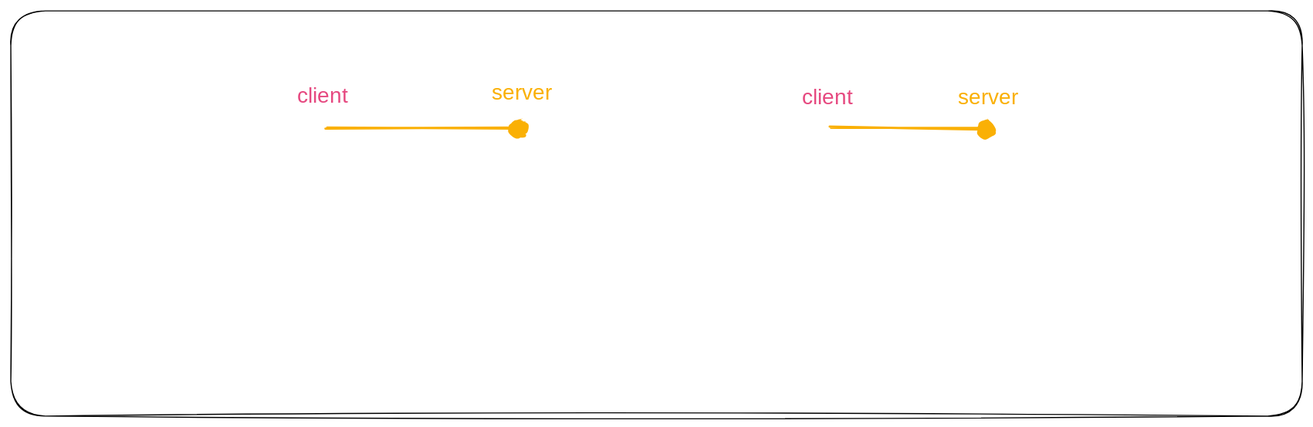
Earlier version of the Excalidraw export .gitbook/assets/file.excalidraw.svg (build-trust/ockam-documentation). Source tidied: one line per element, renumbered; positions are measured from the earlier drawing's top-left corner, leaving out a move shared by most shapes.
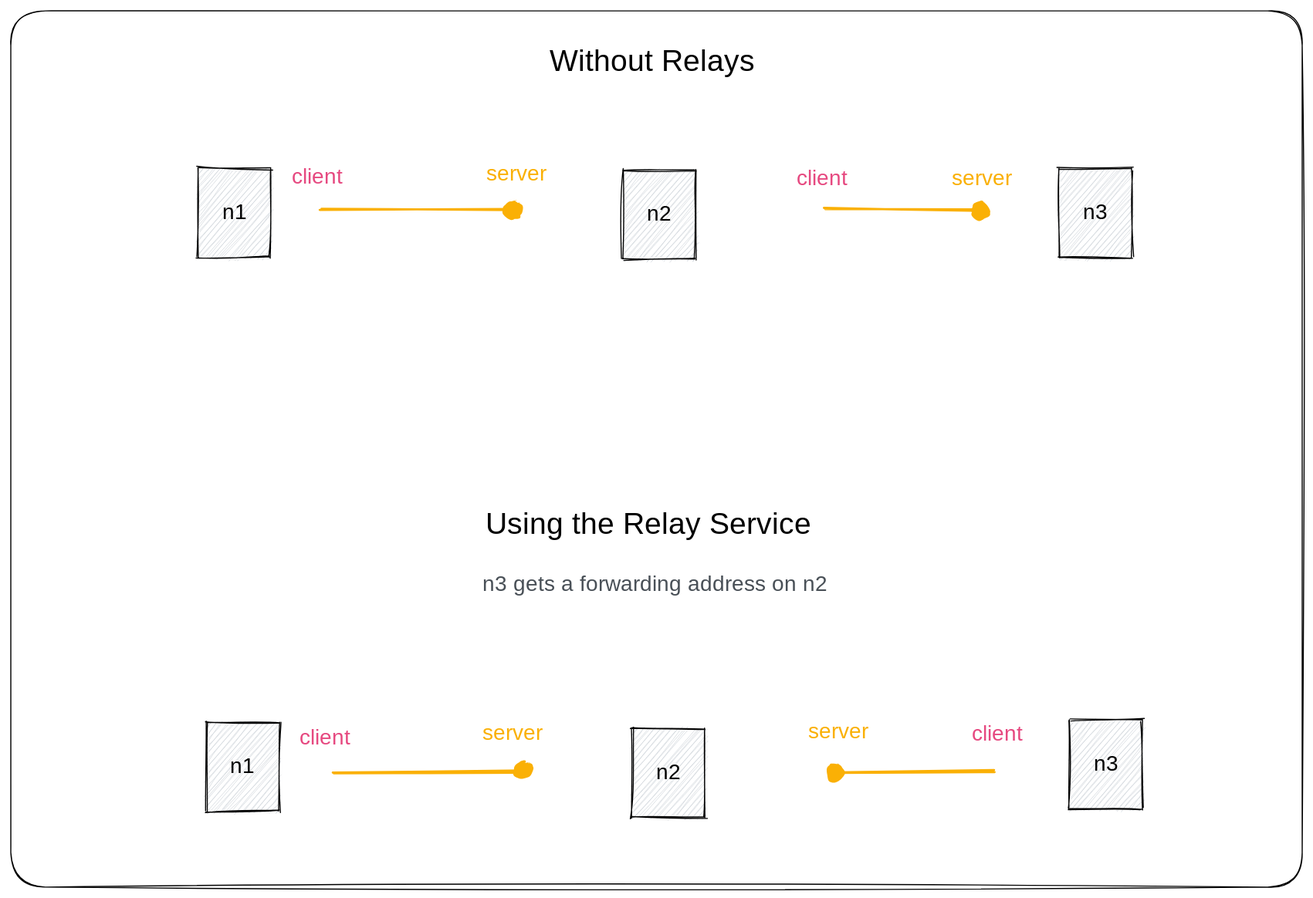
After the change.

Commit message:
GITBOOK-1040: change request with no subject merged in GitBook

Change to the diagram source:
```diff
@@ -1,7 +1,28 @@
-{"id": 0, "type": "rectangle", "strokeColor": "#000000", "strokeWidth": 1, "roughness": 1, "round": true, "x": 0, "y": 0, "width": 1195, "height": 375}
+{"id": 0, "type": "rectangle", "strokeColor": "#000000", "strokeWidth": 1, "roughness": 1, "round": true, "x": 5, "y": -75, "width": 1195, "height": 811}
 {"id": 1, "type": "arrow", "strokeColor": "#fab005", "backgroundColor": "#e64980", "fillStyle": "hachure", "strokeWidth": 2, "roughness": 1, "endArrowhead": "dot", "round": true, "from": 5, "to": 6, "x": 758, "y": 108, "width": 146, "height": 0, "points": [[0, 0], [146, 0]]}
 {"id": 2, "type": "arrow", "strokeColor": "#fab005", "backgroundColor": "#e64980", "fillStyle": "hachure", "strokeWidth": 2, "roughness": 1, "endArrowhead": "dot", "round": true, "x": 292, "y": 109, "width": 178, "height": 0, "points": [[0, 0], [178, 0]]}
 {"id": 3, "type": "text", "text": "client", "strokeColor": "#e64980", "strokeWidth": 1, "roughness": 1, "fontSize": 20, "fontFamily": 1, "x": 265, "y": 67, "width": 53, "height": 25}
 {"id": 4, "type": "text", "text": "server", "strokeColor": "#fab005", "strokeWidth": 1, "roughness": 1, "fontSize": 20, "fontFamily": 1, "x": 445, "y": 64, "width": 62, "height": 25}
 {"id": 5, "type": "text", "text": "client", "strokeColor": "#e64980", "strokeWidth": 1, "roughness": 1, "fontSize": 20, "fontFamily": 1, "x": 732, "y": 68, "width": 53, "height": 25}
 {"id": 6, "type": "text", "text": "server", "strokeColor": "#fab005", "strokeWidth": 1, "roughness": 1, "fontSize": 20, "fontFamily": 1, "x": 876, "y": 68, "width": 62, "height": 25}
+{"id": 7, "type": "arrow", "strokeColor": "#fab005", "backgroundColor": "#e64980", "fillStyle": "hachure", "strokeWidth": 2, "roughness": 1, "startArrowhead": "dot", "round": true, "x": 769, "y": 629, "width": 146, "height": 0, "points": [[0, 0], [146, 0]]}
+{"id": 8, "type": "arrow", "strokeColor": "#fab005", "backgroundColor": "#e64980", "fillStyle": "hachure", "strokeWidth": 2, "roughness": 1, "endArrowhead": "dot", "round": true, "x": 303, "y": 630, "width": 178, "height": 0, "points": [[0, 0], [178, 0]]}
+{"id": 9, "type": "text", "text": "server", "strokeColor": "#fab005", "strokeWidth": 1, "roughness": 1, "fontSize": 20, "fontFamily": 1, "x": 743, "y": 580, "width": 62, "height": 25}
+{"id": 10, "type": "text", "text": "client", "strokeColor": "#e64980", "strokeWidth": 1, "roughness": 1, "fontSize": 20, "fontFamily": 1, "x": 895, "y": 582, "width": 53, "height": 25}
+{"id": 11, "type": "text", "text": "client", "strokeColor": "#e64980", "strokeWidth": 1, "roughness": 1, "fontSize": 20, "fontFamily": 1, "x": 272, "y": 586, "width": 53, "height": 25}
+{"id": 12, "type": "text", "text": "server", "strokeColor": "#fab005", "strokeWidth": 1, "roughness": 1, "fontSize": 20, "fontFamily": 1, "x": 442, "y": 582, "width": 62, "height": 25}
+{"id": 13, "type": "rectangle", "strokeColor": "#000000", "backgroundColor": "#ced4da", "fillStyle": "hachure", "strokeWidth": 1, "roughness": 1, "x": 178, "y": 70, "width": 68, "height": 82}
+{"id": 14, "type": "text", "text": "n1", "strokeColor": "#000000", "backgroundColor": "#ced4da", "fillStyle": "hachure", "strokeWidth": 1, "roughness": 1, "fontSize": 20, "fontFamily": 1, "textAlign": "center", "verticalAlign": "middle", "inside": 13, "x": 204, "y": 99, "width": 17, "height": 25}
+{"id": 15, "type": "rectangle", "strokeColor": "#000000", "backgroundColor": "#ced4da", "fillStyle": "hachure", "strokeWidth": 1, "roughness": 1, "x": 186, "y": 583, "width": 68, "height": 82}
+{"id": 16, "type": "text", "text": "n1", "strokeColor": "#000000", "backgroundColor": "#ced4da", "fillStyle": "hachure", "strokeWidth": 1, "roughness": 1, "fontSize": 20, "fontFamily": 1, "textAlign": "center", "verticalAlign": "middle", "inside": 15, "x": 211, "y": 612, "width": 17, "height": 25}
+{"id": 17, "type": "rectangle", "strokeColor": "#000000", "backgroundColor": "#ced4da", "fillStyle": "hachure", "strokeWidth": 1, "roughness": 1, "x": 572, "y": 72, "width": 68, "height": 82}
+{"id": 18, "type": "text", "text": "n2", "strokeColor": "#000000", "backgroundColor": "#ced4da", "fillStyle": "hachure", "strokeWidth": 1, "roughness": 1, "fontSize": 20, "fontFamily": 1, "textAlign": "center", "verticalAlign": "middle", "inside": 17, "x": 592, "y": 101, "width": 26, "height": 25}
+{"id": 19, "type": "rectangle", "strokeColor": "#000000", "backgroundColor": "#ced4da", "fillStyle": "hachure", "strokeWidth": 1, "roughness": 1, "x": 581, "y": 589, "width": 68, "height": 82}
+{"id": 20, "type": "text", "text": "n2", "strokeColor": "#000000", "backgroundColor": "#ced4da", "fillStyle": "hachure", "strokeWidth": 1, "roughness": 1, "fontSize": 20, "fontFamily": 1, "textAlign": "center", "verticalAlign": "middle", "inside": 19, "x": 601, "y": 618, "width": 26, "height": 25}
+{"id": 21, "type": "rectangle", "strokeColor": "#000000", "backgroundColor": "#ced4da", "fillStyle": "hachure", "strokeWidth": 1, "roughness": 1, "x": 975, "y": 71, "width": 68, "height": 82}
+{"id": 22, "type": "text", "text": "n3", "strokeColor": "#000000", "backgroundColor": "#ced4da", "fillStyle": "hachure", "strokeWidth": 1, "roughness": 1, "fontSize": 20, "fontFamily": 1, "textAlign": "center", "verticalAlign": "middle", "inside": 21, "x": 997, "y": 100, "width": 25, "height": 25}
+{"id": 23, "type": "rectangle", "strokeColor": "#000000", "backgroundColor": "#ced4da", "fillStyle": "hachure", "strokeWidth": 1, "roughness": 1, "x": 985, "y": 581, "width": 68, "height": 82}
+{"id": 24, "type": "text", "text": "n3", "strokeColor": "#000000", "backgroundColor": "#ced4da", "fillStyle": "hachure", "strokeWidth": 1, "roughness": 1, "fontSize": 20, "fontFamily": 1, "textAlign": "center", "verticalAlign": "middle", "inside": 23, "x": 1006, "y": 610, "width": 25, "height": 25}
+{"id": 25, "type": "text", "text": "Using the Relay Service", "strokeColor": "#000000", "backgroundColor": "#ced4da", "fillStyle": "hachure", "strokeWidth": 1, "roughness": 1, "fontSize": 28, "fontFamily": 1, "x": 445, "y": 384, "width": 325, "height": 35}
+{"id": 26, "type": "text", "text": "Without Relays", "strokeColor": "#000000", "backgroundColor": "#ced4da", "fillStyle": "hachure", "strokeWidth": 1, "roughness": 1, "fontSize": 28, "fontFamily": 1, "x": 504, "y": -45, "width": 209, "height": 35}
+{"id": 27, "type": "text", "text": "n3 gets a forwarding address on n2", "strokeColor": "#495057", "backgroundColor": "#ced4da", "fillStyle": "hachure", "strokeWidth": 1, "roughness": 1, "fontSize": 20, "fontFamily": 1, "x": 442, "y": 443, "width": 361, "height": 25}
```
